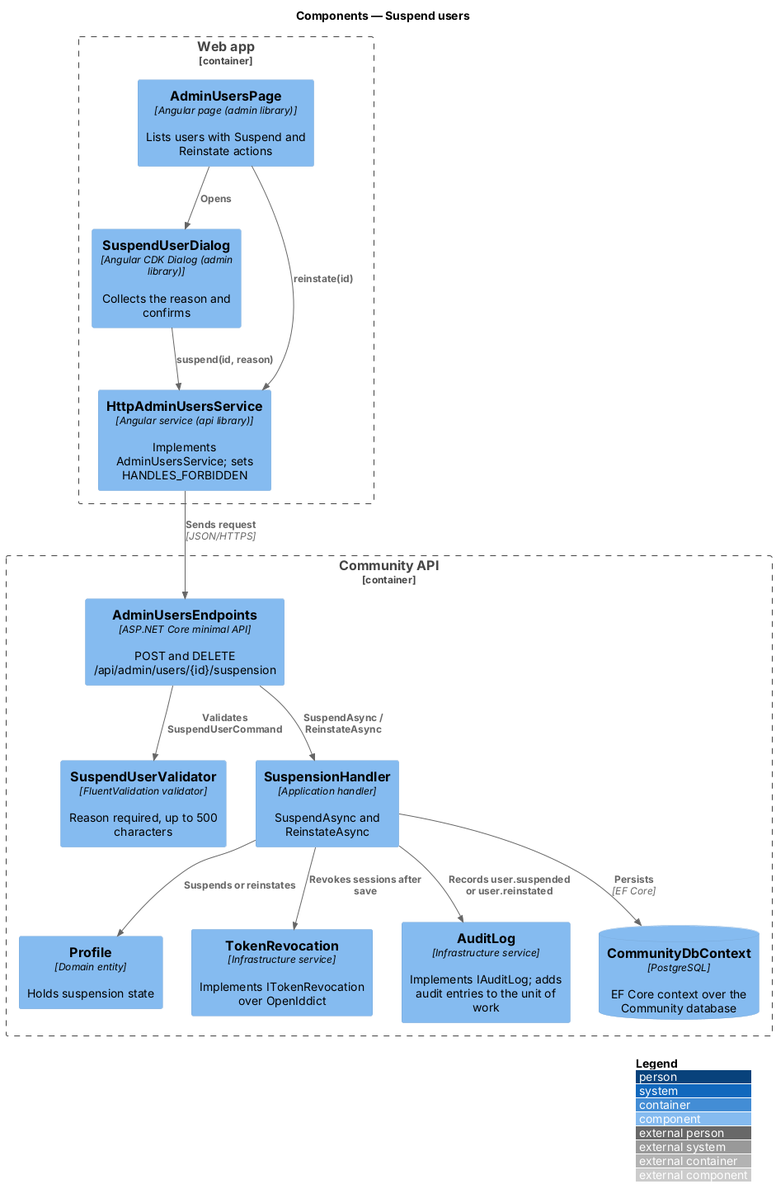
Above: docs/detailed-designs/admin/suspend-users/diagrams/c4-component.png in QuinntyneBrown/faithtech-community (PlantUML), before the change. The source it was exported from:
```plantuml
@startuml
!include <C4/C4_Component>
LAYOUT_WITH_LEGEND()
title Components — Suspend users
Container_Boundary(web, "Web app") {
  Component(page, "AdminUsersPage", "Angular page (admin library)", "Lists users with Suspend and Reinstate actions")
  Component(dlg, "SuspendUserDialog", "Angular CDK Dialog (admin library)", "Collects the reason and confirms")
  Component(svc, "HttpAdminUsersService", "Angular service (api library)", "Implements AdminUsersService; sets HANDLES_FORBIDDEN")
}
Container_Boundary(api, "Community API") {
  Component(ep, "AdminUsersEndpoints", "ASP.NET Core minimal API", "POST and DELETE /api/admin/users/{id}/suspension")
  Component(val, "SuspendUserValidator", "FluentValidation validator", "Reason required, up to 500 characters")
  Component(h, "SuspensionHandler", "Application handler", "SuspendAsync and ReinstateAsync")
  Component(acct, "Profile", "Domain entity", "Holds suspension state")
  Component(rev, "TokenRevocation", "Infrastructure service", "Implements ITokenRevocation over OpenIddict")
  Component(audit, "AuditLog", "Infrastructure service", "Implements IAuditLog; adds audit entries to the unit of work")
  ComponentDb(db, "CommunityDbContext", "PostgreSQL", "EF Core context over the Community database")
}
Rel(page, dlg, "Opens")
Rel(page, svc, "reinstate(id)")
Rel(dlg, svc, "suspend(id, reason)")
Rel(svc, ep, "Sends request", "JSON/HTTPS")
Rel(ep, val, "Validates SuspendUserCommand")
Rel(ep, h, "SuspendAsync / ReinstateAsync")
Rel(h, acct, "Suspends or reinstates")
Rel(h, audit, "Records user.suspended or user.reinstated")
Rel(h, db, "Persists", "EF Core")
Rel(h, rev, "Revokes sessions after save")
@enduml
```
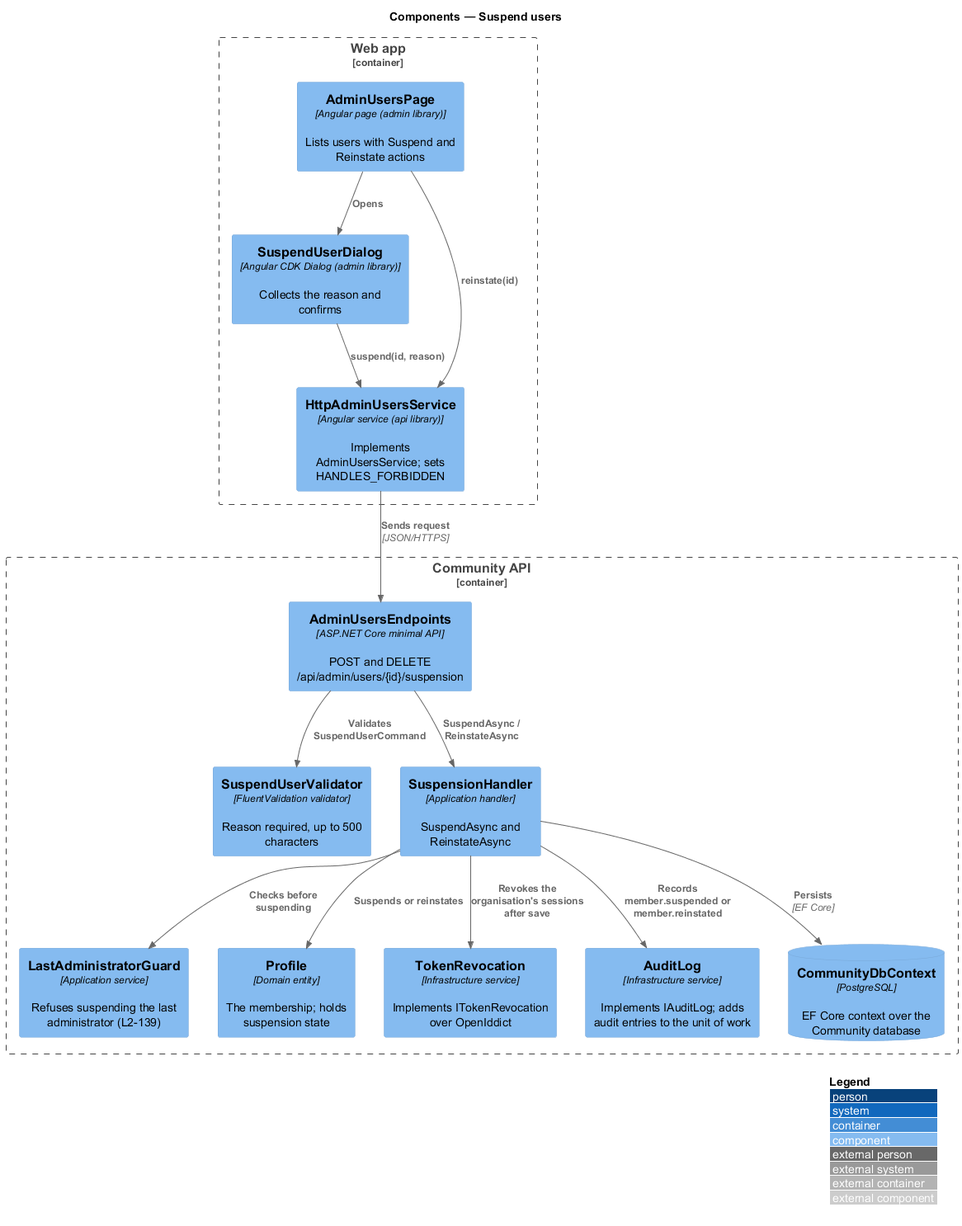
After the commit.

Diff of the diagram source:
```diff
@@ -11,7 +11,8 @@
   Component(ep, "AdminUsersEndpoints", "ASP.NET Core minimal API", "POST and DELETE /api/admin/users/{id}/suspension")
   Component(val, "SuspendUserValidator", "FluentValidation validator", "Reason required, up to 500 characters")
   Component(h, "SuspensionHandler", "Application handler", "SuspendAsync and ReinstateAsync")
-  Component(acct, "Profile", "Domain entity", "Holds suspension state")
+  Component(guard, "LastAdministratorGuard", "Application service", "Refuses suspending the last administrator (L2-139)")
+  Component(acct, "Profile", "Domain entity", "The membership; holds suspension state")
   Component(rev, "TokenRevocation", "Infrastructure service", "Implements ITokenRevocation over OpenIddict")
   Component(audit, "AuditLog", "Infrastructure service", "Implements IAuditLog; adds audit entries to the unit of work")
   ComponentDb(db, "CommunityDbContext", "PostgreSQL", "EF Core context over the Community database")
@@ -22,8 +23,9 @@
 Rel(svc, ep, "Sends request", "JSON/HTTPS")
 Rel(ep, val, "Validates SuspendUserCommand")
 Rel(ep, h, "SuspendAsync / ReinstateAsync")
+Rel(h, guard, "Checks before suspending")
 Rel(h, acct, "Suspends or reinstates")
-Rel(h, audit, "Records user.suspended or user.reinstated")
+Rel(h, audit, "Records member.suspended or member.reinstated")
 Rel(h, db, "Persists", "EF Core")
-Rel(h, rev, "Revokes sessions after save")
+Rel(h, rev, "Revokes the organisation's sessions after save")
 @enduml
```
